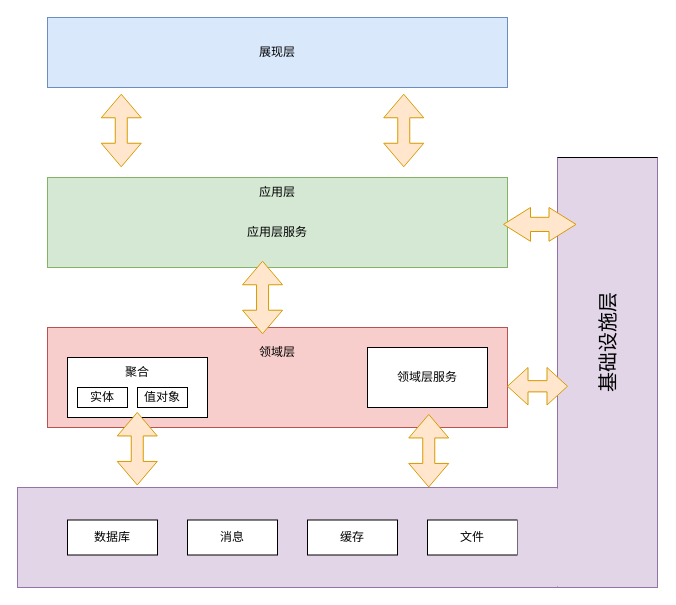
This is ddd3.drawio from evilbinary/data, a draw.io file, before an edit. Source tidied: cells renumbered, new cells numbered last; positions are measured from the earlier drawing's top-left corner, leaving out a move shared by most shapes. Both pictures are drawn from the tidied source at 100%, with x=0, y=0 at pixel (17, 17).
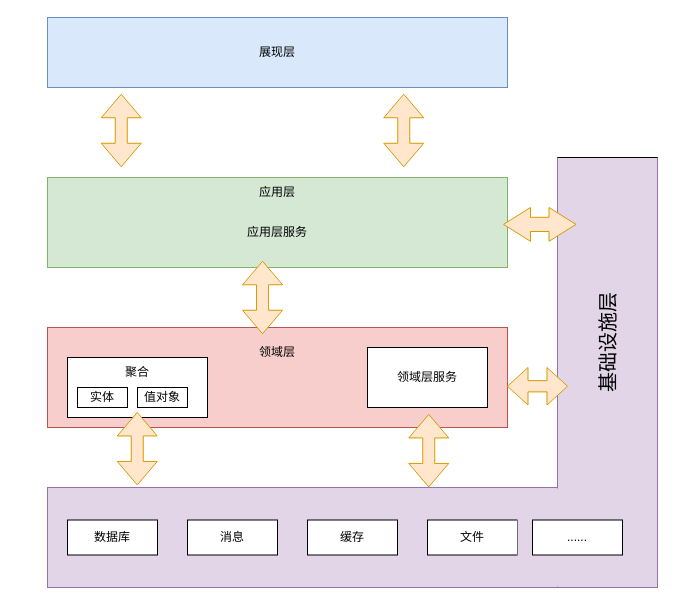
After the change.

The edit, as a diff of the source:
```diff
@@
     <mxCell id="2" style="rounded=0;whiteSpace=wrap;html=1;fillColor=#e1d5e7;strokeColor=#9673a6;" parent="1" vertex="1">
-      <mxGeometry y="470" width="540" height="100" as="geometry" />
+      <mxGeometry x="30" y="470" width="510" height="100" as="geometry" />
     </mxCell>
@@
+    <mxCell id="30" value="......" style="rounded=0;whiteSpace=wrap;html=1;" parent="1" vertex="1">
+      <mxGeometry x="515" y="502.5" width="90" height="35" as="geometry" />
+    </mxCell>
```
